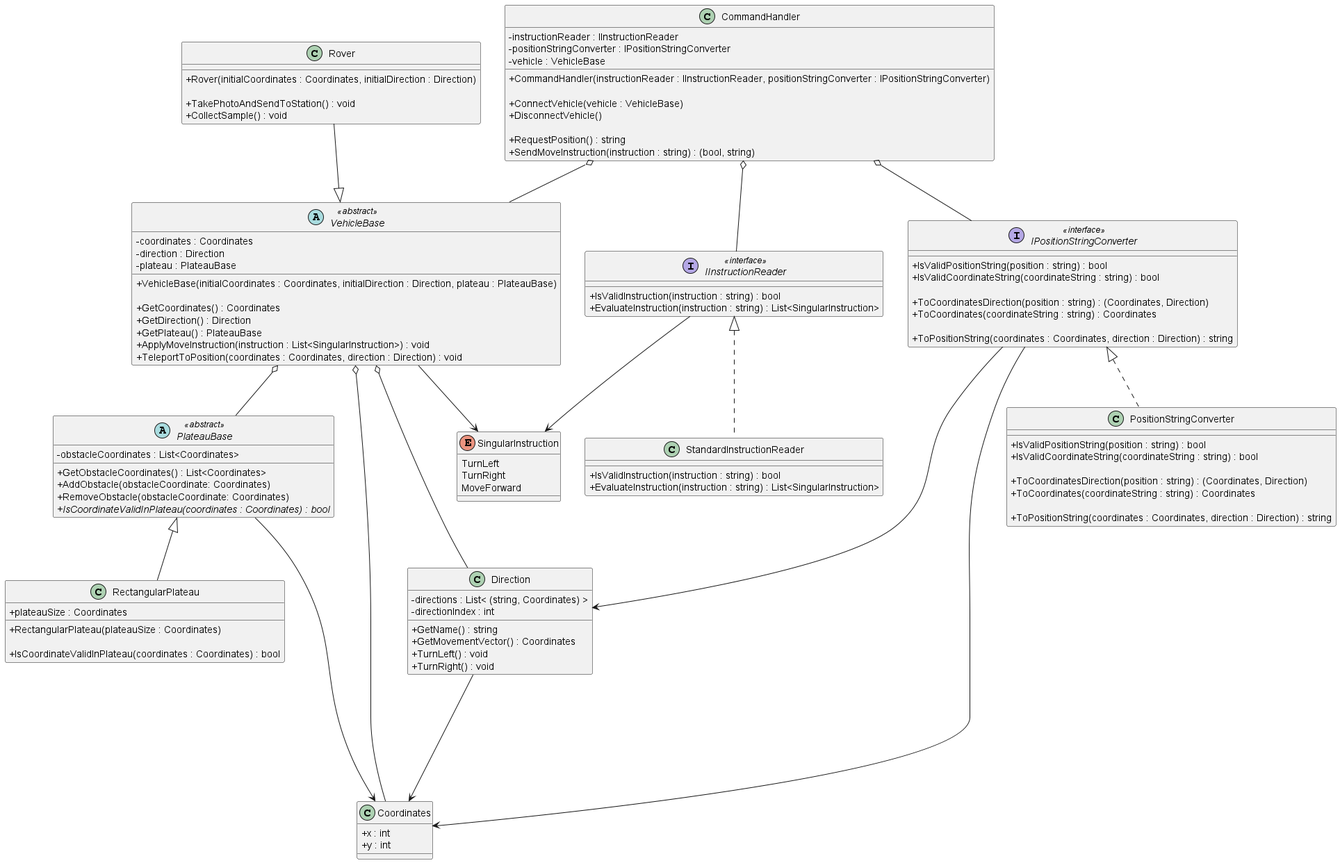
The PlantUML diagram diagrams/Mars Rover Challenge.png in iamfranco/MarsRoverChallenge, before a commit. The source it was exported from:
```plantuml
@startuml "Mars Rover Challenge"
skinparam classAttributeIconSize 0

interface IInstructionReader <<interface>>
{
  + IsValidInstruction(instruction : string) : bool
  + EvaluateInstruction(instruction : string) : List<SingularInstruction>
}

enum SingularInstruction
{
  TurnLeft
  TurnRight
  MoveForward
}

class StandardInstructionReader
{
  + IsValidInstruction(instruction : string) : bool
  + EvaluateInstruction(instruction : string) : List<SingularInstruction>
}

abstract PlateauBase <<abstract>>
{
  - obstacleCoordinates : List<Coordinates>

  + GetObstacleCoordinates() : List<Coordinates>
  + AddObstacle(obstacleCoordinate: Coordinates)
  + RemoveObstacle(obstacleCoordinate: Coordinates)
  {abstract} + IsCoordinateValidInPlateau(coordinates : Coordinates) : bool
}

class RectangularPlateau
{
  + plateauSize : Coordinates

  + RectangularPlateau(plateauSize : Coordinates)

  + IsCoordinateValidInPlateau(coordinates : Coordinates) : bool
}

class Coordinates
{
  + x : int
  + y : int
}

class Direction
{
  - directions : List< &#40;string, Coordinates&#41; >
  - directionIndex : int

  + GetName() : string
  + GetMovementVector() : Coordinates
  + TurnLeft() : void
  + TurnRight() : void
}

interface IPositionStringConverter <<interface>>
{
  + IsValidPositionString(position : string) : bool
  + IsValidCoordinateString(coordinateString : string) : bool

  + ToCoordinatesDirection(position : string) : (Coordinates, Direction)
  + ToCoordinates(coordinateString : string) : Coordinates

  + ToPositionString(coordinates : Coordinates, direction : Direction) : string
}

class PositionStringConverter
{
  + IsValidPositionString(position : string) : bool
  + IsValidCoordinateString(coordinateString : string) : bool

  + ToCoordinatesDirection(position : string) : (Coordinates, Direction)
  + ToCoordinates(coordinateString : string) : Coordinates

  + ToPositionString(coordinates : Coordinates, direction : Direction) : string
}

abstract VehicleBase <<abstract>>
{
  - coordinates : Coordinates
  - direction : Direction
  - plateau : PlateauBase

  + VehicleBase(initialCoordinates : Coordinates, initialDirection : Direction, plateau : PlateauBase)

  + GetCoordinates() : Coordinates
  + GetDirection() : Direction
  + GetPlateau() : PlateauBase
  + ApplyMoveInstruction(instruction : List<SingularInstruction>) : void
  + TeleportToPosition(coordinates : Coordinates, direction : Direction) : void
}

class Rover
{
  + Rover(initialCoordinates : Coordinates, initialDirection : Direction)

  + TakePhotoAndSendToStation() : void
  + CollectSample() : void
}

class CommandHandler
{
  - instructionReader : IInstructionReader
  - positionStringConverter : IPositionStringConverter
  - vehicle : VehicleBase

  + CommandHandler(instructionReader : IInstructionReader, positionStringConverter : IPositionStringConverter)

  + ConnectVehicle(vehicle : VehicleBase)
  + DisconnectVehicle()

  + RequestPosition() : string
  + SendMoveInstruction(instruction : string) : (bool, string)
}

CommandHandler o-- IInstructionReader
CommandHandler o-- IPositionStringConverter
CommandHandler o-- VehicleBase

IInstructionReader --> SingularInstruction
IInstructionReader <|.. StandardInstructionReader

VehicleBase <|-u- Rover
VehicleBase --> SingularInstruction
VehicleBase o--- Direction
VehicleBase o---- Coordinates
VehicleBase o-- PlateauBase

IPositionStringConverter <|.. PositionStringConverter
IPositionStringConverter ---> Direction
IPositionStringConverter ---> Coordinates

PlateauBase <|-- RectangularPlateau
PlateauBase -----> Coordinates

Direction --> Coordinates

@enduml
```
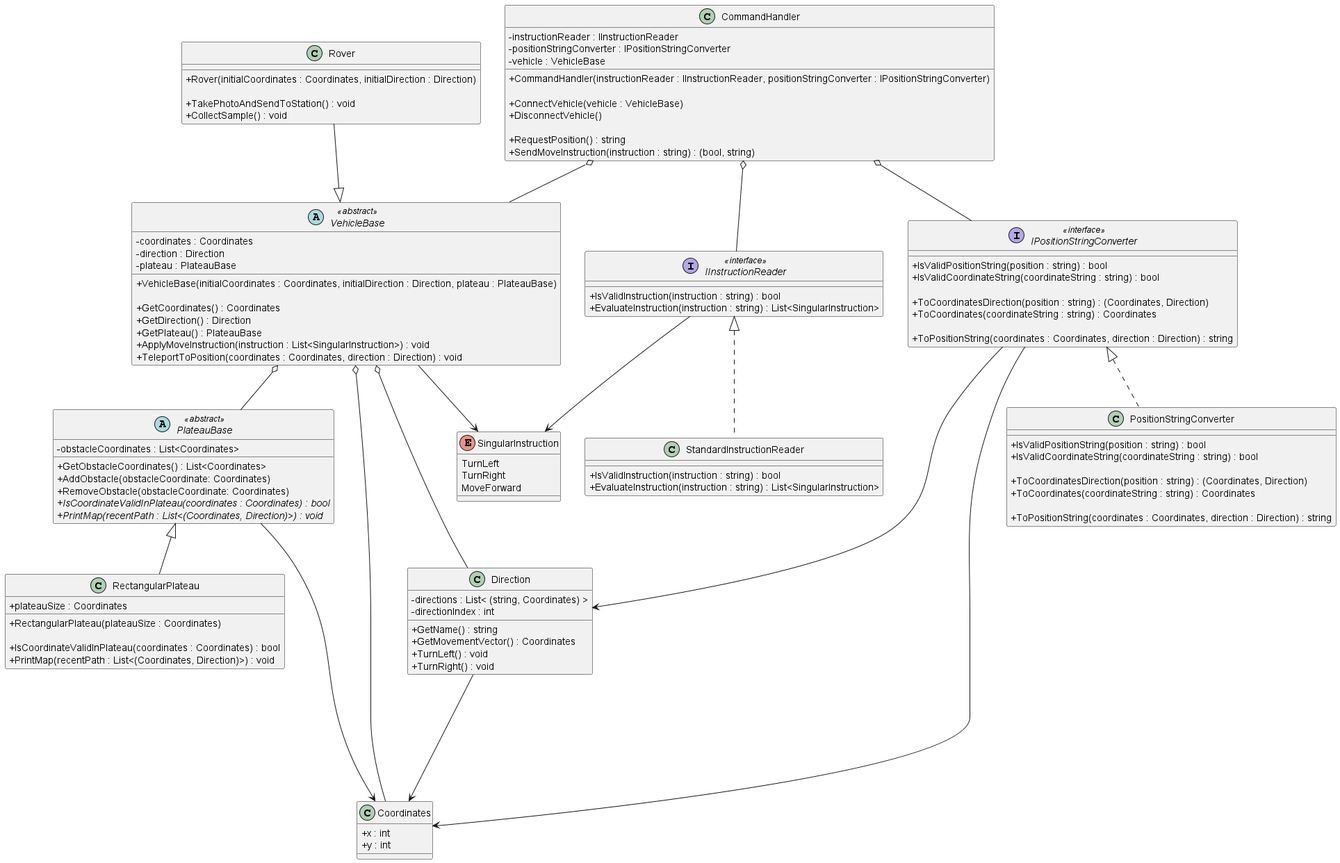
After the change.

Commit message:
UML: add PrintMap abstract method to plateauBase

Diff of the diagram source:
```diff
@@ -28,6 +28,7 @@
   + AddObstacle(obstacleCoordinate: Coordinates)
   + RemoveObstacle(obstacleCoordinate: Coordinates)
   {abstract} + IsCoordinateValidInPlateau(coordinates : Coordinates) : bool
+  {abstract} + PrintMap(recentPath : List<(Coordinates, Direction)>) : void
 }
 
 class RectangularPlateau
@@ -37,6 +38,7 @@
   + RectangularPlateau(plateauSize : Coordinates)
 
   + IsCoordinateValidInPlateau(coordinates : Coordinates) : bool
+  + PrintMap(recentPath : List<(Coordinates, Direction)>) : void
 }
 
 class Coordinates
```
